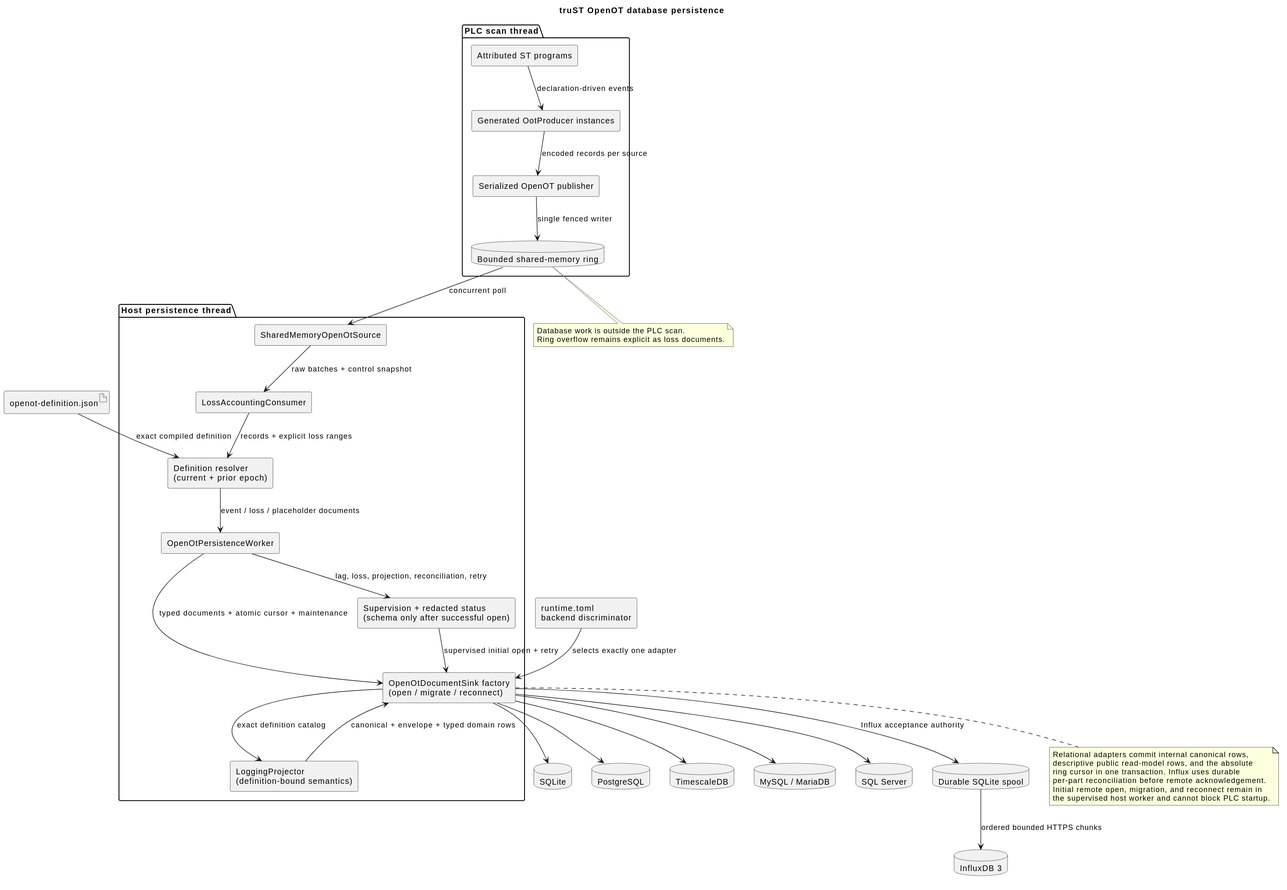
Earlier version of the PlantUML export docs/diagrams/generated/openot-database-persistence.svg (johannesPettersson80/trust-platform).
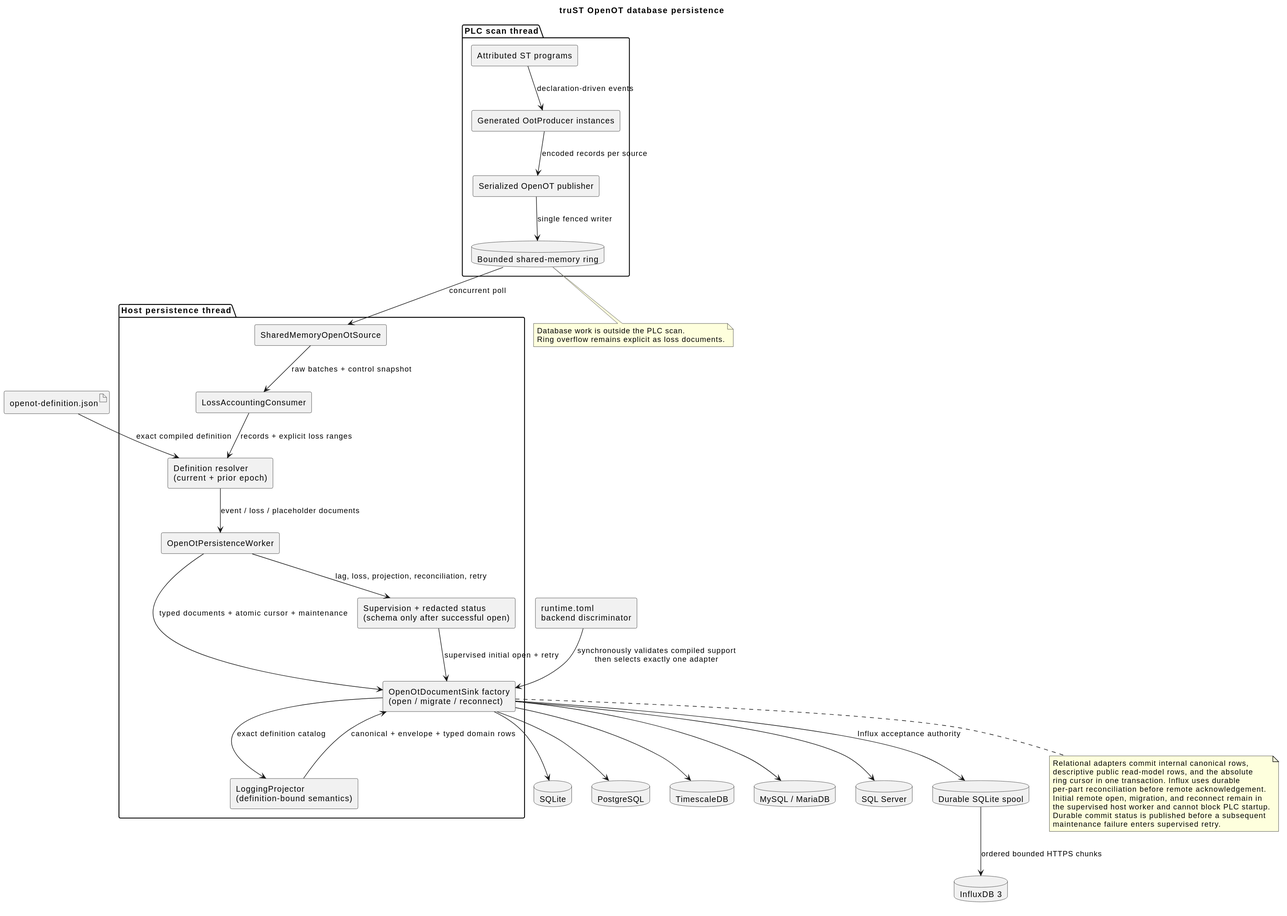
The same diagram one commit later.

The edit, as a diff of the source:
```diff
@@ -34,7 +34,7 @@
 artifact "openot-definition.json" as definition
 component "runtime.toml\nbackend discriminator" as toml
 definition --> resolver : exact compiled definition
-toml --> factory : selects exactly one adapter
+toml --> factory : synchronously validates compiled support\nthen selects exactly one adapter
 
 database "SQLite" as sqlite
 database "PostgreSQL" as postgres
@@ -64,5 +64,7 @@
 per-part reconciliation before remote acknowledgement.
 Initial remote open, migration, and reconnect remain in
 the supervised host worker and cannot block PLC startup.
+Durable commit status is published before a subsequent
+maintenance failure enters supervised retry.
 end note
 @enduml
```
